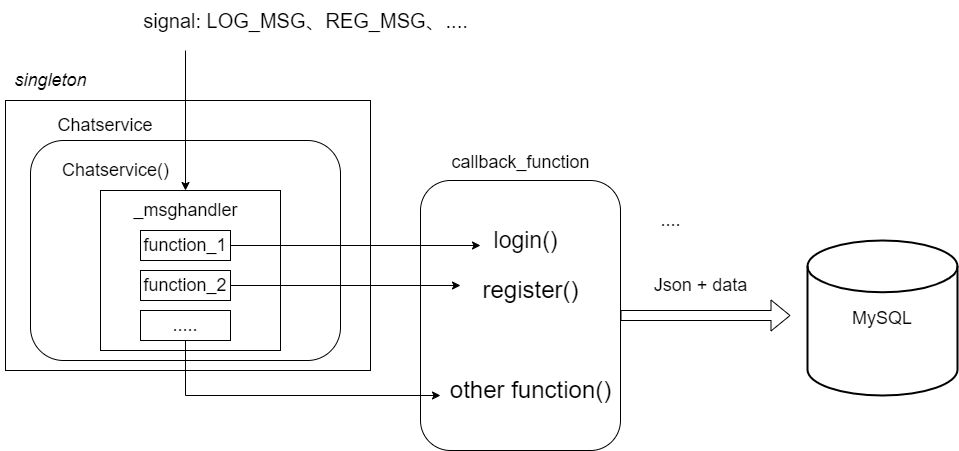
Above: data/C++集群聊天服务器_Chatservice.drawio.png in mo-xiaoxiu/imagefrommyblog (draw.io), before the change. Source tidied: cells renumbered, new cells last; positions are measured from the earlier drawing's top-left corner, leaving out a move shared by most shapes.
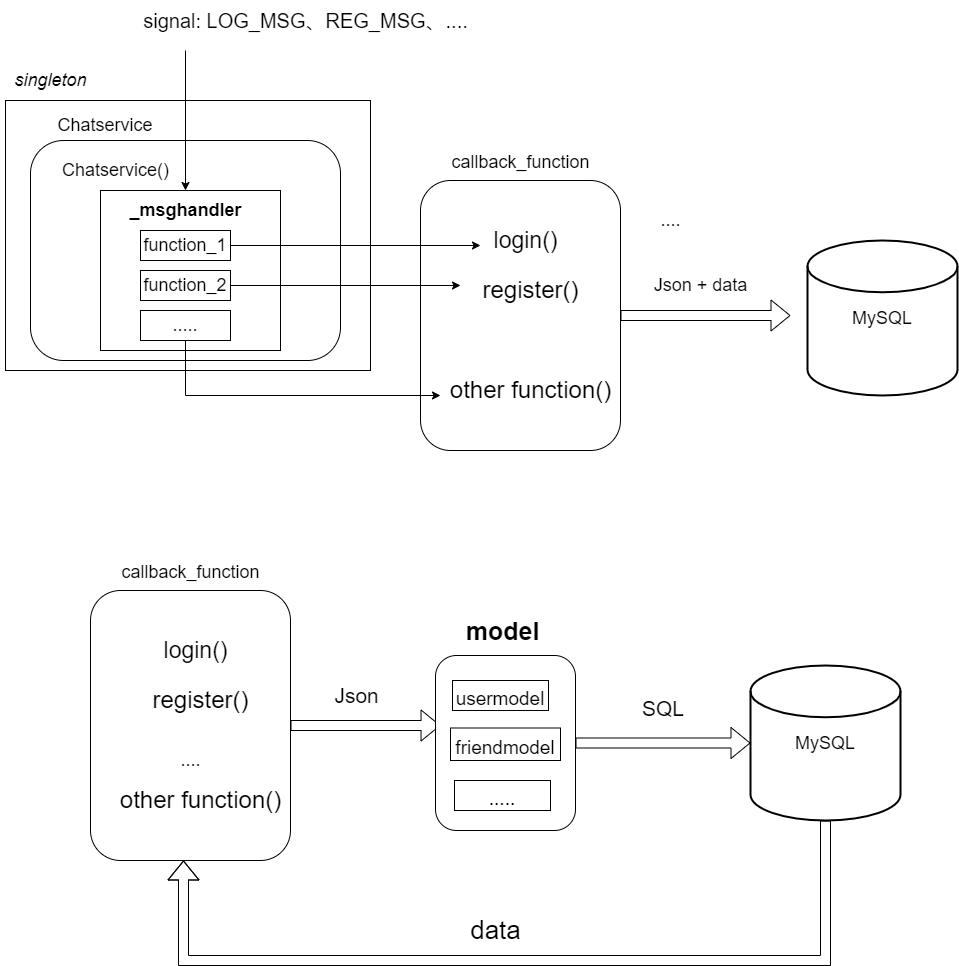
After the commit.

Commit message:
Update C++集群聊天服务器_Chatservice.drawio.png

What changed in the source:
```diff
@@ -2,6 +2,65 @@
   <root>
     <mxCell id="0" />
     <mxCell id="1" parent="0" />
+    <mxCell id="26" style="edgeStyle=orthogonalEdgeStyle;rounded=0;jettySize=auto;html=1;entryX=0.036;entryY=0.4;entryDx=0;entryDy=0;entryPerimeter=0;fontSize=19;shape=flexArrow;" parent="1" edge="1" source="27" target="37">
+      <mxGeometry relative="1" as="geometry" />
+    </mxCell>
+    <mxCell id="27" style="rounded=1;whiteSpace=wrap;html=1;fontSize=24;" parent="1" vertex="1">
+      <mxGeometry x="90" y="590" width="200" height="270" as="geometry" />
+    </mxCell>
+    <mxCell id="28" value="&lt;font style=&quot;font-size: 23px;&quot;&gt;login()&lt;/font&gt;" style="text;html=1;align=center;verticalAlign=middle;strokeColor=none;fillColor=none;fontSize=18;" parent="1" vertex="1">
+      <mxGeometry x="150" y="630" width="90" height="40" as="geometry" />
+    </mxCell>
+    <mxCell id="29" value="&lt;font style=&quot;font-size: 24px;&quot;&gt;register()&lt;/font&gt;" style="text;html=1;align=center;verticalAlign=middle;strokeColor=none;fillColor=none;fontSize=18;" parent="1" vertex="1">
+      <mxGeometry x="140" y="680" width="120" height="40" as="geometry" />
+    </mxCell>
+    <mxCell id="30" value="...." style="text;html=1;align=center;verticalAlign=middle;strokeColor=none;fillColor=none;fontSize=18;" parent="1" vertex="1">
+      <mxGeometry x="170" y="740" width="40" height="40" as="geometry" />
+    </mxCell>
+    <mxCell id="31" value="&lt;font style=&quot;font-size: 24px;&quot;&gt;other function()&lt;/font&gt;" style="text;html=1;align=center;verticalAlign=middle;strokeColor=none;fillColor=none;fontSize=20;" parent="1" vertex="1">
+      <mxGeometry x="110" y="780" width="180" height="40" as="geometry" />
+    </mxCell>
+    <mxCell id="32" value="&lt;font style=&quot;font-size: 18px;&quot;&gt;callback_function&lt;/font&gt;" style="text;html=1;align=center;verticalAlign=middle;strokeColor=none;fillColor=none;fontSize=24;" parent="1" vertex="1">
+      <mxGeometry x="110" y="550" width="160" height="40" as="geometry" />
+    </mxCell>
+    <mxCell id="33" value="&lt;font style=&quot;font-size: 21px;&quot;&gt;Json&amp;nbsp;&lt;/font&gt;" style="text;html=1;align=center;verticalAlign=middle;strokeColor=none;fillColor=none;fontSize=18;" parent="1" vertex="1">
+      <mxGeometry x="324" y="675" width="70" height="40" as="geometry" />
+    </mxCell>
+    <mxCell id="34" style="edgeStyle=orthogonalEdgeStyle;shape=flexArrow;rounded=0;jettySize=auto;html=1;entryX=0.465;entryY=1;entryDx=0;entryDy=0;entryPerimeter=0;fontSize=21;" parent="1" edge="1" source="35" target="27">
+      <mxGeometry relative="1" as="geometry">
+        <Array as="points">
+          <mxPoint x="825" y="960" />
+          <mxPoint x="183" y="960" />
+        </Array>
+      </mxGeometry>
+    </mxCell>
+    <mxCell id="35" value="MySQL" style="strokeWidth=2;html=1;shape=mxgraph.flowchart.database;whiteSpace=wrap;fontSize=18;" parent="1" vertex="1">
+      <mxGeometry x="750" y="665" width="150" height="155" as="geometry" />
+    </mxCell>
+    <mxCell id="36" style="edgeStyle=orthogonalEdgeStyle;shape=flexArrow;rounded=0;jettySize=auto;html=1;entryX=0;entryY=0.5;entryDx=0;entryDy=0;entryPerimeter=0;fontSize=19;" parent="1" edge="1" source="37" target="35">
+      <mxGeometry relative="1" as="geometry" />
+    </mxCell>
+    <mxCell id="37" style="rounded=1;whiteSpace=wrap;html=1;fontSize=25;" parent="1" vertex="1">
+      <mxGeometry x="435" y="655" width="140" height="175" as="geometry" />
+    </mxCell>
+    <mxCell id="38" value="&lt;b&gt;model&lt;/b&gt;" style="text;html=1;align=center;verticalAlign=middle;strokeColor=none;fillColor=none;fontSize=25;" parent="1" vertex="1">
+      <mxGeometry x="452" y="610" width="100" height="40" as="geometry" />
+    </mxCell>
+    <mxCell id="39" value="&lt;font style=&quot;font-size: 19px;&quot;&gt;usermodel&lt;/font&gt;" style="rounded=0;whiteSpace=wrap;html=1;fontSize=25;" parent="1" vertex="1">
+      <mxGeometry x="452" y="680" width="96" height="30" as="geometry" />
+    </mxCell>
+    <mxCell id="40" value="&lt;font style=&quot;font-size: 19px;&quot;&gt;friendmodel&lt;/font&gt;" style="rounded=0;whiteSpace=wrap;html=1;fontSize=25;" parent="1" vertex="1">
+      <mxGeometry x="450" y="727.5" width="110" height="32.5" as="geometry" />
+    </mxCell>
+    <mxCell id="41" value="&lt;span style=&quot;font-size: 19px;&quot;&gt;.....&lt;/span&gt;" style="rounded=0;whiteSpace=wrap;html=1;fontSize=25;" parent="1" vertex="1">
+      <mxGeometry x="454" y="780" width="96" height="30" as="geometry" />
+    </mxCell>
+    <mxCell id="42" value="&lt;font style=&quot;font-size: 21px;&quot;&gt;SQL&amp;nbsp;&lt;/font&gt;" style="text;html=1;align=center;verticalAlign=middle;strokeColor=none;fillColor=none;fontSize=18;" parent="1" vertex="1">
+      <mxGeometry x="630" y="687.5" width="70" height="40" as="geometry" />
+    </mxCell>
+    <mxCell id="43" value="&lt;font style=&quot;font-size: 26px;&quot;&gt;data&lt;/font&gt;" style="text;html=1;align=center;verticalAlign=middle;strokeColor=none;fillColor=none;fontSize=21;" parent="1" vertex="1">
+      <mxGeometry x="460" y="910" width="70" height="40" as="geometry" />
+    </mxCell>
     <mxCell id="2" style="rounded=1;whiteSpace=wrap;html=1;fontSize=24;" parent="1" vertex="1">
       <mxGeometry x="420" y="180" width="200" height="270" as="geometry" />
     </mxCell>
@@ -32,8 +91,8 @@
     <mxCell id="11" value="Chatservice()" style="text;html=1;align=center;verticalAlign=middle;strokeColor=none;fillColor=none;fontSize=18;" parent="1" vertex="1">
       <mxGeometry x="50" y="150" width="130" height="40" as="geometry" />
     </mxCell>
-    <mxCell id="12" value="_msghandler" style="text;html=1;align=center;verticalAlign=middle;points=[];strokeColor=none;fillColor=none;fontSize=18;" parent="1" vertex="1">
-      <mxGeometry x="120" y="190" width="130" height="40" as="geometry" />
+    <mxCell id="12" value="&lt;b&gt;_msghandler&lt;/b&gt;" style="text;html=1;align=center;verticalAlign=middle;points=[];strokeColor=none;fillColor=none;fontSize=18;" parent="1" vertex="1">
+      <mxGeometry x="115" y="190" width="140" height="40" as="geometry" />
     </mxCell>
     <mxCell id="13" style="edgeStyle=orthogonalEdgeStyle;rounded=0;jettySize=auto;html=1;entryX=0;entryY=0.625;entryDx=0;entryDy=0;entryPerimeter=0;fontSize=24;" parent="1" edge="1" source="14" target="6">
       <mxGeometry relative="1" as="geometry" />
@@ -41,11 +100,11 @@
     <mxCell id="14" value="function_1" style="rounded=0;whiteSpace=wrap;html=1;fontSize=18;" parent="1" vertex="1">
       <mxGeometry x="140" y="230" width="90" height="30" as="geometry" />
     </mxCell>
-    <mxCell id="15" style="edgeStyle=orthogonalEdgeStyle;rounded=0;jettySize=auto;html=1;fontSize=24;" parent="1" edge="1" source="16">
-      <mxGeometry relative="1" as="geometry">
-        <mxPoint x="460" y="285" as="targetPoint" />
-      </mxGeometry>
-    </mxCell>
+    <mxCell id="44" style="edgeStyle=orthogonalEdgeStyle;rounded=0;jettySize=auto;html=1;fontSize=24;" parent="1" edge="1" source="16">
+      <mxGeometry relative="1" as="geometry">
+        <mxPoint x="460" y="285" as="targetPoint" />
+      </mxGeometry>
+    </mxCell>
     <mxCell id="16" value="function_2" style="rounded=0;whiteSpace=wrap;html=1;fontSize=18;" parent="1" vertex="1">
       <mxGeometry x="140" y="270" width="90" height="30" as="geometry" />
     </mxCell>
@@ -59,11 +118,11 @@
     <mxCell id="18" value="....." style="rounded=0;whiteSpace=wrap;html=1;fontSize=18;" parent="1" vertex="1">
       <mxGeometry x="140" y="310" width="90" height="30" as="geometry" />
     </mxCell>
-    <mxCell id="19" style="endArrow=classic;html=1;rounded=0;fontSize=24;" parent="1" edge="1" target="12">
-      <mxGeometry relative="1" as="geometry">
-        <mxPoint x="185" y="50" as="sourcePoint" />
-      </mxGeometry>
-    </mxCell>
+    <mxCell id="45" style="endArrow=classic;html=1;rounded=0;fontSize=24;" parent="1" edge="1" target="12">
+      <mxGeometry relative="1" as="geometry">
+        <mxPoint x="185" y="50" as="sourcePoint" />
+      </mxGeometry>
+    </mxCell>
     <mxCell id="20" value="&lt;font style=&quot;font-size: 20px;&quot;&gt;signal: LOG_MSG、REG_MSG、....&lt;/font&gt;" style="text;html=1;align=center;verticalAlign=middle;strokeColor=none;fillColor=none;fontSize=24;" parent="1" vertex="1">
       <mxGeometry x="130" width="350" height="40" as="geometry" />
     </mxCell>
@@ -73,11 +132,11 @@
     <mxCell id="22" value="&lt;font style=&quot;font-size: 18px;&quot;&gt;callback_function&lt;/font&gt;" style="text;html=1;align=center;verticalAlign=middle;strokeColor=none;fillColor=none;fontSize=24;" parent="1" vertex="1">
       <mxGeometry x="440" y="140" width="160" height="40" as="geometry" />
     </mxCell>
-    <mxCell id="23" style="shape=flexArrow;endArrow=classic;html=1;rounded=0;fontSize=18;exitX=1;exitY=0.5;exitDx=0;exitDy=0;" parent="1" edge="1" source="2">
-      <mxGeometry relative="1" as="geometry">
-        <mxPoint x="790" y="315" as="targetPoint" />
-      </mxGeometry>
-    </mxCell>
+    <mxCell id="46" style="shape=flexArrow;endArrow=classic;html=1;rounded=0;fontSize=18;exitX=1;exitY=0.5;exitDx=0;exitDy=0;" parent="1" edge="1" source="2">
+      <mxGeometry relative="1" as="geometry">
+        <mxPoint x="790" y="315" as="targetPoint" />
+      </mxGeometry>
+    </mxCell>
     <mxCell id="24" value="Json + data" style="text;html=1;align=center;verticalAlign=middle;strokeColor=none;fillColor=none;fontSize=18;" parent="1" vertex="1">
       <mxGeometry x="640" y="265" width="120" height="40" as="geometry" />
     </mxCell>
```
